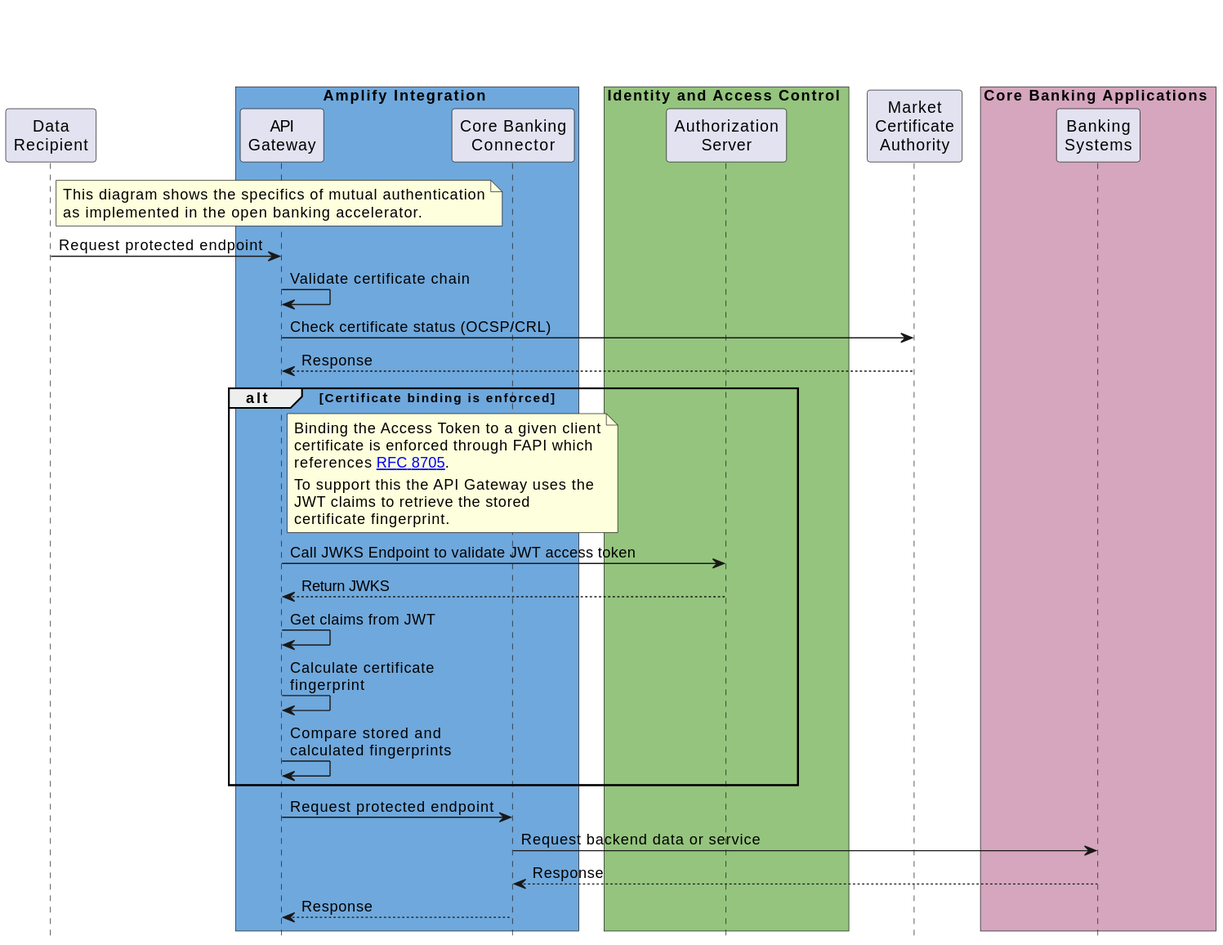
Above: static/Images/Mutual_Authentication_Sequence.svg in Axway/open-banking-docs (PlantUML), before the change.
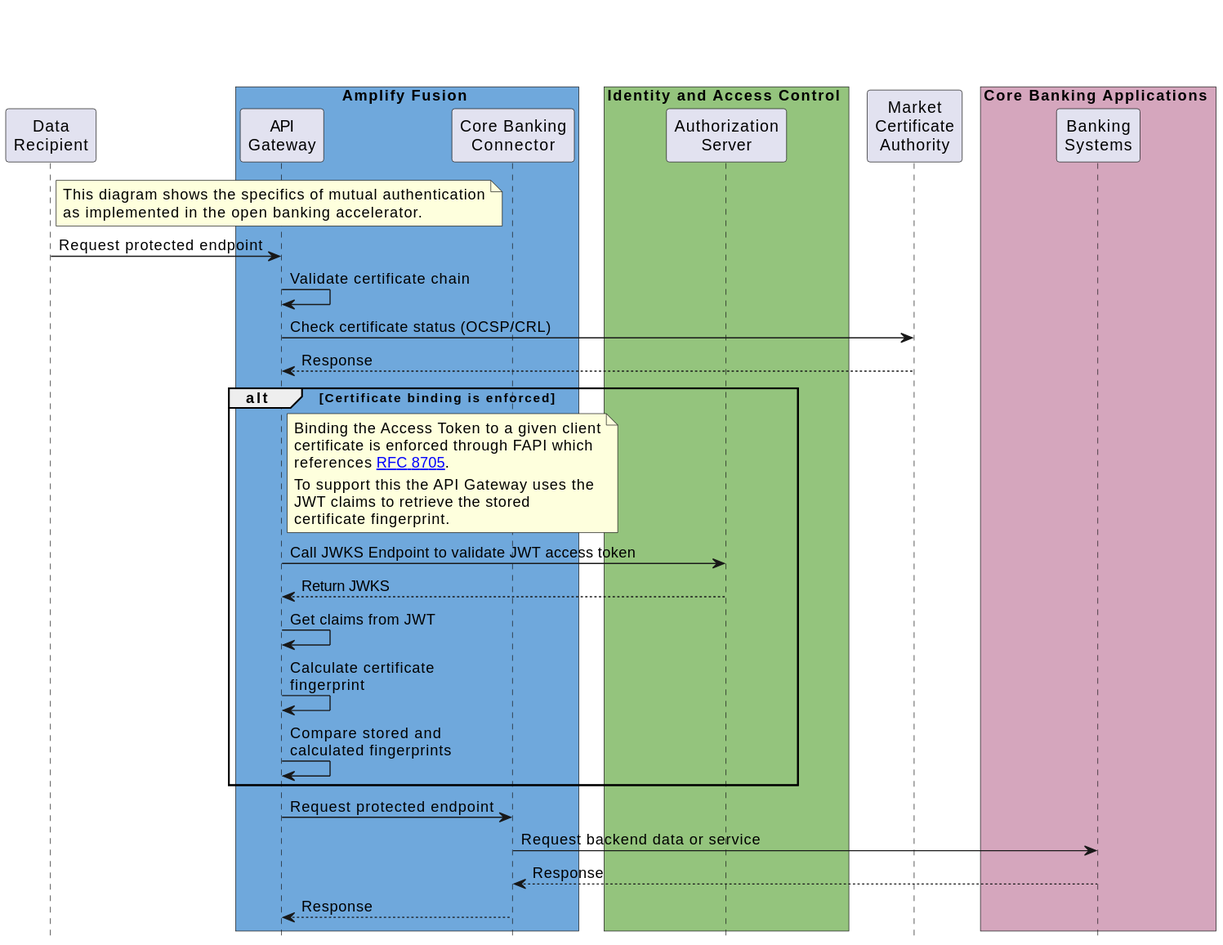
Above is the later version.

The edit, as a diff of the source:
```diff
@@ -3,7 +3,7 @@
 
 participant "Data\nRecipient" as DR
 
-box Amplify Integration #6FA8DC
+box Amplify Fusion #6FA8DC
 participant "API\nGateway" as API_GATEWAY
 participant "Core Banking\nConnector" as CBC
 end box
```
